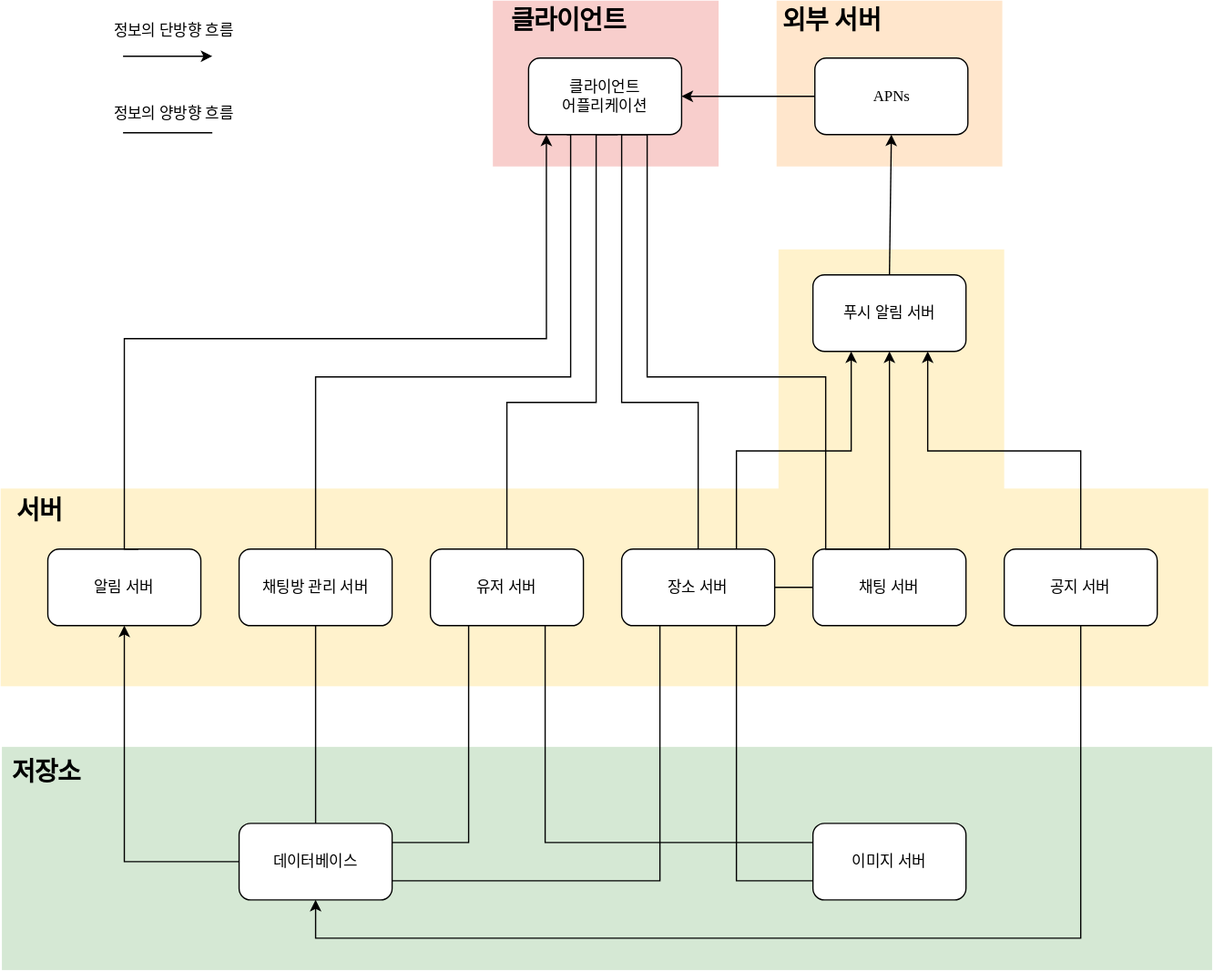
This is 서버 구조/서버 구조도.svg from shlim0/2022_capstone1, a draw.io export, as it was before one commit. Source tidied: cells renumbered, new cells last; positions are measured from the earlier drawing's top-left corner, leaving out a move shared by most shapes.
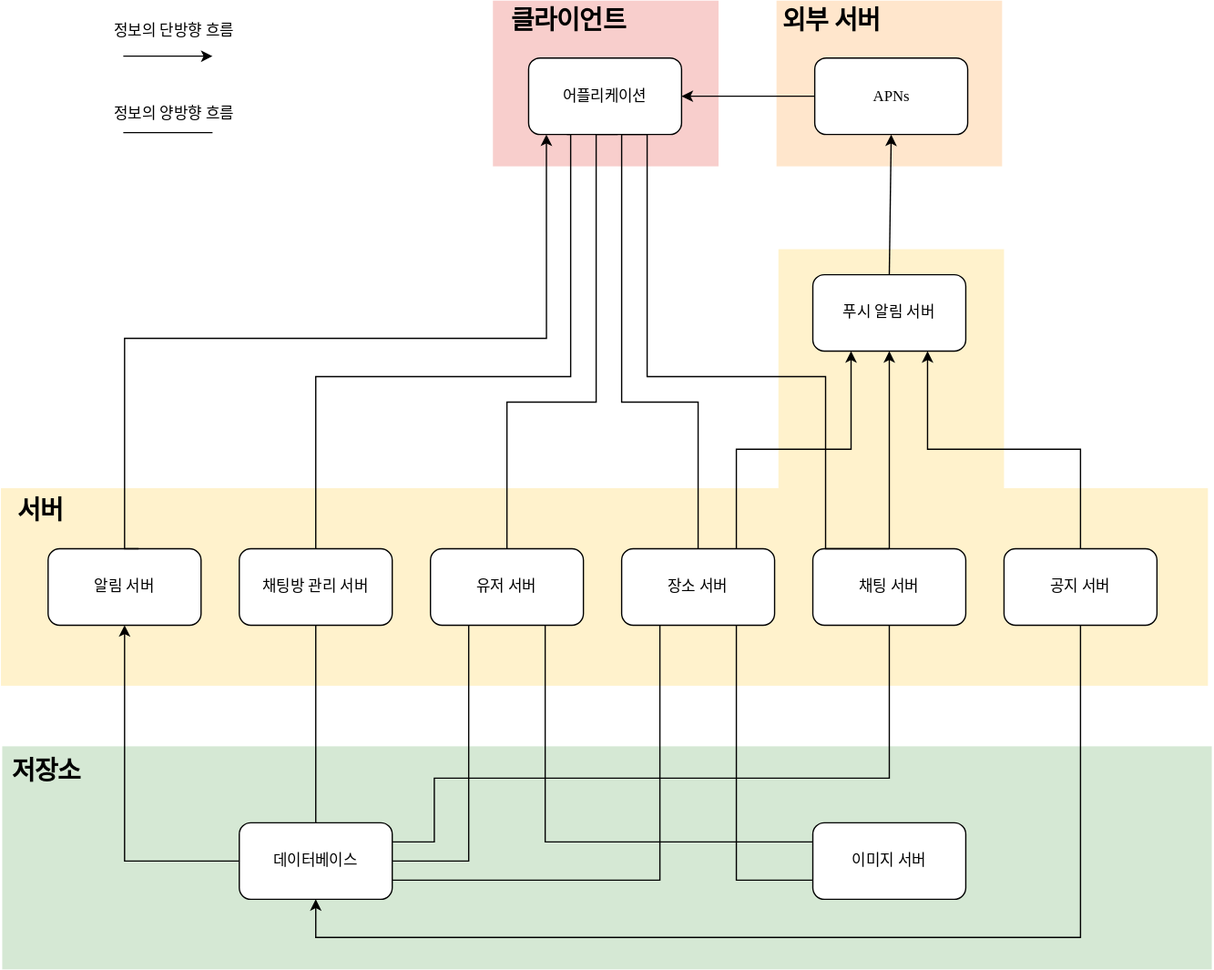
Above is the later version.

Commit message:
[수정] 서버 구조도

The edit, as a diff of the source:
```diff
@@ -17,7 +17,7 @@
     <mxCell id="6" style="rounded=0;whiteSpace=wrap;html=1;fillColor=#fff2cc;strokeColor=none;fontFamily=Verdana;" parent="1" vertex="1">
       <mxGeometry y="382.5" width="947" height="155" as="geometry" />
     </mxCell>
-    <mxCell id="7" value="클라이언트&lt;br&gt;어플리케이션" style="rounded=1;whiteSpace=wrap;html=1;fontFamily=Verdana;" parent="1" vertex="1">
+    <mxCell id="7" value="어플리케이션" style="rounded=1;whiteSpace=wrap;html=1;fontFamily=Verdana;" parent="1" vertex="1">
       <mxGeometry x="414" y="45" width="120" height="60" as="geometry" />
     </mxCell>
     <mxCell id="8" value="알림 서버" style="rounded=1;whiteSpace=wrap;html=1;fontFamily=Verdana;" parent="1" vertex="1">
@@ -104,15 +104,8 @@
         </Array>
       </mxGeometry>
     </mxCell>
-    <mxCell id="25" style="endArrow=none;html=1;rounded=0;exitX=1;exitY=0.5;exitDx=0;exitDy=0;startArrow=none;entryX=0;entryY=0.5;entryDx=0;entryDy=0;fontFamily=Verdana;" parent="1" edge="1" source="37" target="10">
-      <mxGeometry relative="1" as="geometry" />
-    </mxCell>
-    <mxCell id="26" style="endArrow=none;html=1;rounded=0;exitX=1;exitY=0.25;exitDx=0;exitDy=0;edgeStyle=orthogonalEdgeStyle;entryX=0.25;entryY=1;entryDx=0;entryDy=0;fontFamily=Verdana;" parent="1" edge="1" source="15" target="14">
-      <mxGeometry relative="1" as="geometry">
-        <Array as="points">
-          <mxPoint x="367" y="660" />
-        </Array>
-      </mxGeometry>
+    <mxCell id="26" style="endArrow=none;html=1;rounded=0;edgeStyle=orthogonalEdgeStyle;entryX=0.25;entryY=1;entryDx=0;entryDy=0;fontFamily=Verdana;exitX=1;exitY=0.5;exitDx=0;exitDy=0;" parent="1" edge="1" source="15" target="14">
+      <mxGeometry relative="1" as="geometry" />
     </mxCell>
     <mxCell id="27" style="endArrow=none;html=1;rounded=0;exitX=0;exitY=0.25;exitDx=0;exitDy=0;entryX=0.75;entryY=1;entryDx=0;entryDy=0;edgeStyle=orthogonalEdgeStyle;fontFamily=Verdana;" parent="1" edge="1" source="12" target="14">
       <mxGeometry relative="1" as="geometry">
@@ -201,5 +194,14 @@
     <mxCell id="43" value="외부 서버" style="text;html=1;strokeColor=none;fillColor=none;align=center;verticalAlign=middle;whiteSpace=wrap;rounded=0;fontStyle=1;fontSize=20;fontFamily=Verdana;" parent="1" vertex="1">
       <mxGeometry x="607" width="90" height="30" as="geometry" />
     </mxCell>
+    <mxCell id="44" style="endArrow=none;html=1;rounded=0;exitX=0.5;exitY=1;exitDx=0;exitDy=0;edgeStyle=orthogonalEdgeStyle;elbow=vertical;fontFamily=Verdana;entryX=1;entryY=0.25;entryDx=0;entryDy=0;" parent="1" edge="1" source="10" target="15">
+      <mxGeometry relative="1" as="geometry">
+        <Array as="points">
+          <mxPoint x="697" y="610" />
+          <mxPoint x="340" y="610" />
+          <mxPoint x="340" y="660" />
+        </Array>
+      </mxGeometry>
+    </mxCell>
   </root>
 </mxGraphModel>
```
